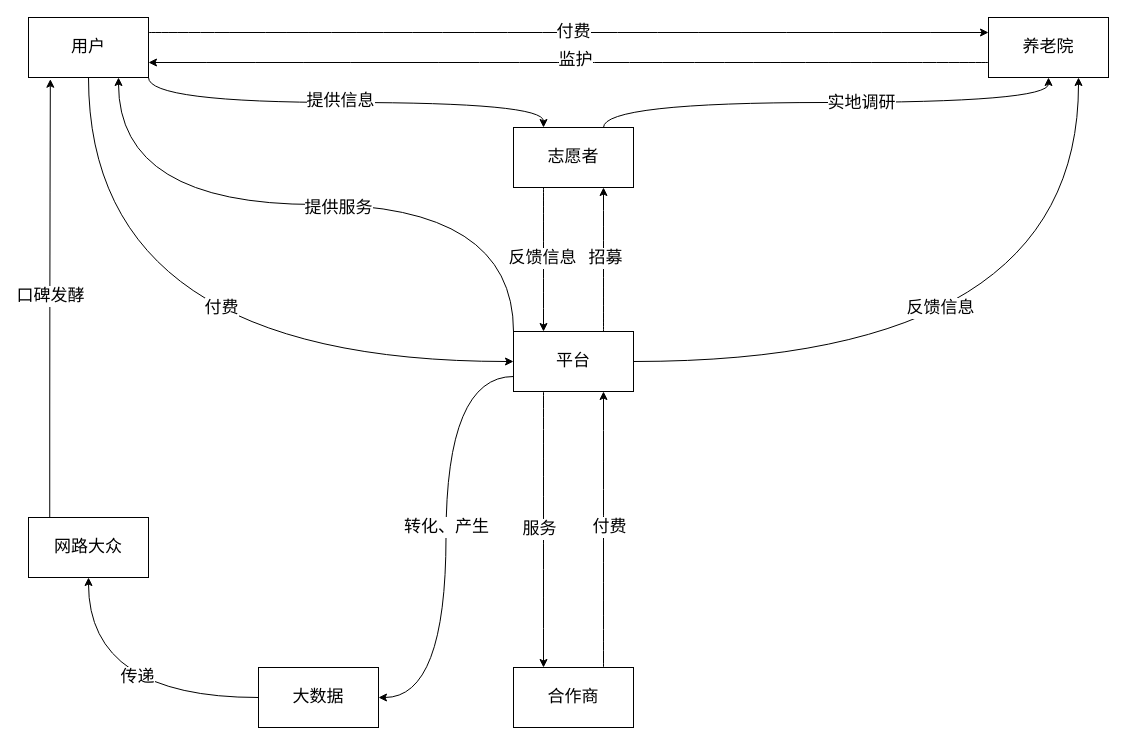
xqm32/3Chuang keeps this draw.io diagram as 盈利图.drawio. Above is the earlier version. Source tidied: cells renumbered, new cells numbered last; positions are measured from the earlier drawing's top-left corner, leaving out a move shared by most shapes. Both pictures are drawn from the tidied source at 100%, with x=0, y=0 at pixel (28, 17).
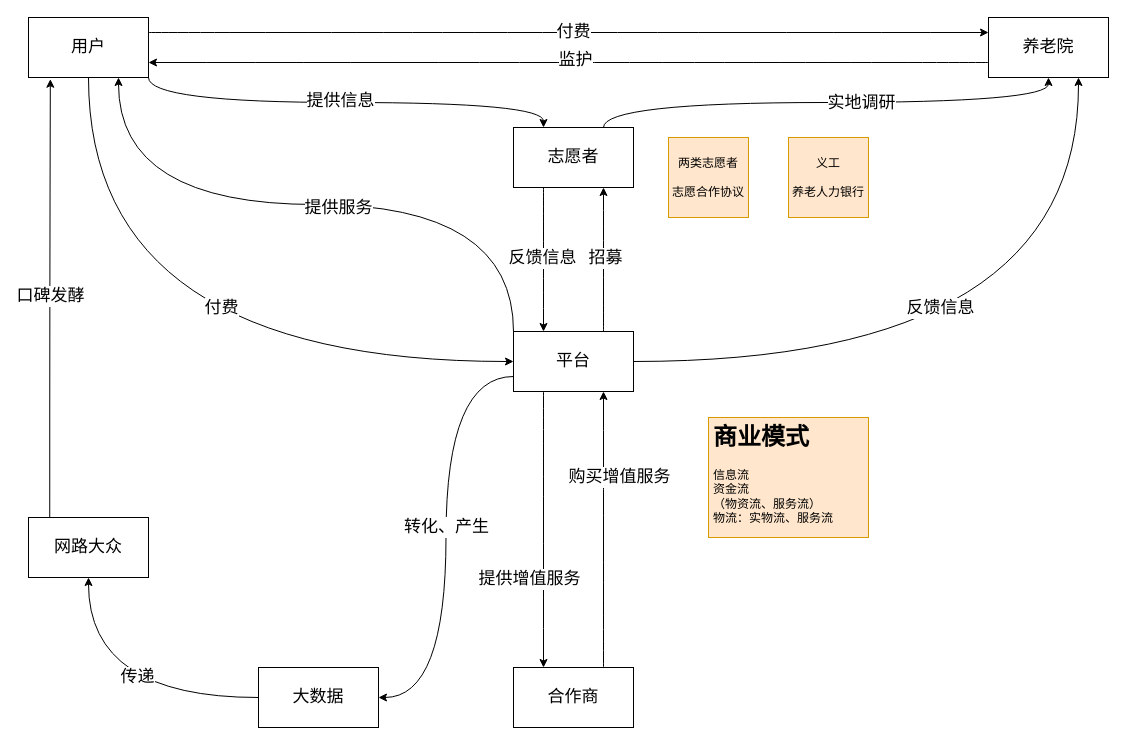
The same page after the edit.

The change refers to these unchanged cells:
```xml
<mxCell id="24" style="edgeStyle=orthogonalEdgeStyle;curved=1;rounded=0;jettySize=auto;html=1;exitX=0.25;exitY=1;exitDx=0;exitDy=0;entryX=0.25;entryY=0;entryDx=0;entryDy=0;fontSize=17;" parent="1" edge="1" source="28" target="36">
  <mxGeometry relative="1" as="geometry" />
</mxCell>
<mxCell id="34" style="edgeStyle=orthogonalEdgeStyle;curved=1;rounded=0;jettySize=auto;html=1;exitX=0.75;exitY=0;exitDx=0;exitDy=0;entryX=0.75;entryY=1;entryDx=0;entryDy=0;fontSize=17;" parent="1" edge="1" source="36" target="28">
  <mxGeometry relative="1" as="geometry" />
</mxCell>
```

Change to the diagram source:
```diff
@@
-    <mxCell id="25" value="服务" style="edgeLabel;html=1;align=center;verticalAlign=middle;fontSize=17;" parent="24" vertex="1">
+    <mxCell id="25" value="提供增值服务" style="edgeLabel;html=1;align=center;verticalAlign=middle;fontSize=17;" parent="24" vertex="1">
       <mxGeometry x="-0.22" y="14" relative="1" as="geometry">
-        <mxPoint x="-19" y="29" as="offset" />
+        <mxPoint x="-29" y="79" as="offset" />
       </mxGeometry>
     </mxCell>
@@
-    <mxCell id="35" value="付费" style="edgeLabel;html=1;align=center;verticalAlign=middle;fontSize=17;" parent="34" vertex="1">
+    <mxCell id="35" value="购买增值服务" style="edgeLabel;html=1;align=center;verticalAlign=middle;fontSize=17;" parent="34" vertex="1">
       <mxGeometry x="-0.22" y="8" relative="1" as="geometry">
-        <mxPoint x="13" y="-33" as="offset" />
+        <mxPoint x="23" y="-83" as="offset" />
       </mxGeometry>
     </mxCell>
@@
+    <mxCell id="37" value="&lt;h1&gt;商业模式&lt;/h1&gt;&lt;div&gt;信息流&lt;/div&gt;&lt;div&gt;资金流&lt;/div&gt;&lt;div&gt;（物资流、服务流）&lt;/div&gt;&lt;div&gt;物流：实物流、服务流&lt;/div&gt;" style="text;html=1;strokeColor=#d79b00;fillColor=#ffe6cc;spacing=5;spacingTop=-20;whiteSpace=wrap;overflow=hidden;rounded=0;" parent="1" vertex="1">
+      <mxGeometry x="680" y="400" width="160" height="120" as="geometry" />
+    </mxCell>
+    <mxCell id="38" value="两类志愿者&lt;br&gt;&lt;br&gt;志愿合作协议" style="text;html=1;strokeColor=#d79b00;fillColor=#ffe6cc;align=center;verticalAlign=middle;whiteSpace=wrap;rounded=0;" parent="1" vertex="1">
+      <mxGeometry x="640" y="120" width="80" height="80" as="geometry" />
+    </mxCell>
+    <mxCell id="39" value="义工&lt;br&gt;&lt;br&gt;养老人力银行" style="text;html=1;align=center;verticalAlign=middle;whiteSpace=wrap;rounded=0;fillColor=#ffe6cc;strokeColor=#d79b00;" parent="1" vertex="1">
+      <mxGeometry x="760" y="120" width="80" height="80" as="geometry" />
+    </mxCell>
```
